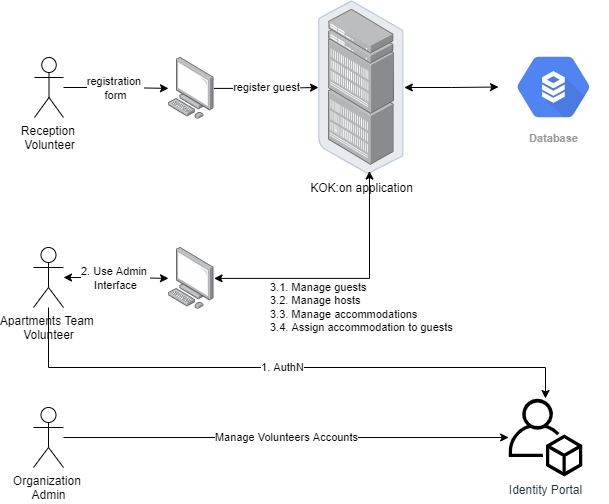
Above: koncepcja.png in KoalicjaOtwartyKrakow/KoalicjaOtwartyKrakow (draw.io), before the change. Source tidied: cells renumbered, new cells last; positions are measured from the earlier drawing's top-left corner, leaving out a move shared by most shapes. Its diagram source:
```xml
<mxGraphModel>
  <root>
    <mxCell id="0" />
    <mxCell id="1" parent="0" />
    <mxCell id="2" value="registration &lt;br&gt;form" style="edgeStyle=orthogonalEdgeStyle;rounded=0;jettySize=auto;html=1;" parent="1" edge="1" source="3" target="5">
      <mxGeometry relative="1" as="geometry" />
    </mxCell>
    <mxCell id="3" value="Reception &lt;br&gt;Volunteer" style="shape=umlActor;verticalLabelPosition=bottom;verticalAlign=top;html=1;" parent="1" vertex="1">
      <mxGeometry x="1" y="57" width="29" height="60" as="geometry" />
    </mxCell>
    <mxCell id="4" value="register guest" style="edgeStyle=orthogonalEdgeStyle;rounded=0;jettySize=auto;html=1;" parent="1" edge="1" source="5" target="7">
      <mxGeometry relative="1" as="geometry" />
    </mxCell>
    <mxCell id="5" style="points=[];html=1;align=center;shadow=0;dashed=0;image;image=img/lib/allied_telesis/computer_and_terminals/Personal_Computer.svg;" parent="1" vertex="1">
      <mxGeometry x="135" y="57" width="45.6" height="61.8" as="geometry" />
    </mxCell>
    <mxCell id="6" style="edgeStyle=orthogonalEdgeStyle;rounded=0;jettySize=auto;html=1;startArrow=classic;startFill=1;" parent="1" edge="1" source="7" target="8">
      <mxGeometry relative="1" as="geometry" />
    </mxCell>
    <mxCell id="7" value="KOK:on application" style="points=[];html=1;align=center;shadow=0;dashed=0;image;image=img/lib/allied_telesis/storage/Datacenter_Server_Rack_EoR.svg;" parent="1" vertex="1">
      <mxGeometry x="285" y="0.3" width="85.8" height="173.4" as="geometry" />
    </mxCell>
    <mxCell id="8" value="Database" style="sketch=0;html=1;fillColor=#5184F3;strokeColor=none;verticalAlign=top;labelPosition=center;verticalLabelPosition=bottom;align=center;spacingTop=-6;fontSize=11;fontStyle=1;fontColor=#999999;shape=mxgraph.gcp2.hexIcon;prIcon=cloud_sql;" parent="1" vertex="1">
      <mxGeometry x="465" y="42" width="110" height="89" as="geometry" />
    </mxCell>
    <mxCell id="9" value="2. Use Admin &lt;br&gt;Interface" style="edgeStyle=orthogonalEdgeStyle;rounded=0;jettySize=auto;html=1;startArrow=classic;startFill=1;" parent="1" edge="1" source="11" target="13">
      <mxGeometry relative="1" as="geometry" />
    </mxCell>
    <mxCell id="10" value="1. AuthN" style="edgeStyle=orthogonalEdgeStyle;rounded=0;jettySize=auto;html=1;startArrow=none;startFill=0;" parent="1" edge="1" source="11" target="14">
      <mxGeometry relative="1" as="geometry">
        <Array as="points">
          <mxPoint x="15" y="367" />
          <mxPoint x="512" y="367" />
        </Array>
      </mxGeometry>
    </mxCell>
    <mxCell id="11" value="Apartments Team &lt;br&gt;Volunteer" style="shape=umlActor;verticalLabelPosition=bottom;verticalAlign=top;html=1;" parent="1" vertex="1">
      <mxGeometry y="247" width="30" height="60" as="geometry" />
    </mxCell>
    <mxCell id="12" value="3.1. Manage guests&lt;br&gt;3.2. Manage hosts&lt;br&gt;3.3. Manage accommodations&lt;br&gt;&lt;div&gt;3.4. Assign accommodation to guests&lt;/div&gt;" style="edgeStyle=orthogonalEdgeStyle;rounded=0;jettySize=auto;html=1;entryX=0.594;entryY=0.982;entryDx=0;entryDy=0;entryPerimeter=0;align=left;startArrow=classic;startFill=1;" parent="1" edge="1" source="13" target="7">
      <mxGeometry x="-0.59" y="-29" relative="1" as="geometry" />
    </mxCell>
    <mxCell id="13" style="points=[];html=1;align=center;shadow=0;dashed=0;image;image=img/lib/allied_telesis/computer_and_terminals/Personal_Computer.svg;" parent="1" vertex="1">
      <mxGeometry x="135" y="247" width="45.6" height="61.8" as="geometry" />
    </mxCell>
    <mxCell id="14" value="Identity Portal" style="sketch=0;outlineConnect=0;fontColor=#232F3E;gradientColor=none;fillColor=#000000;strokeColor=none;dashed=0;verticalLabelPosition=bottom;verticalAlign=top;align=center;html=1;fontSize=12;fontStyle=0;shape=mxgraph.aws4.organizations_account;" parent="1" vertex="1">
      <mxGeometry x="475" y="398" width="74" height="78" as="geometry" />
    </mxCell>
    <mxCell id="15" value="Manage Volunteers Accounts" style="edgeStyle=orthogonalEdgeStyle;rounded=0;jettySize=auto;html=1;startArrow=none;startFill=0;" parent="1" edge="1" source="16" target="14">
      <mxGeometry relative="1" as="geometry" />
    </mxCell>
    <mxCell id="16" value="Organization &lt;br&gt;Admin" style="shape=umlActor;verticalLabelPosition=bottom;verticalAlign=top;html=1;fillColor=none;" parent="1" vertex="1">
      <mxGeometry y="407" width="30" height="60" as="geometry" />
    </mxCell>
  </root>
</mxGraphModel>
```
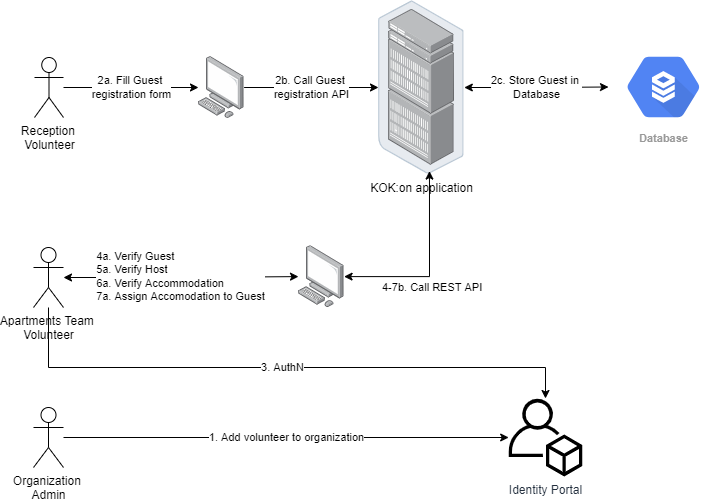
The same file after the commit.

Change to the diagram source:
```diff
@@ -2,31 +2,31 @@
   <root>
     <mxCell id="0" />
     <mxCell id="1" parent="0" />
-    <mxCell id="2" value="registration &lt;br&gt;form" style="edgeStyle=orthogonalEdgeStyle;rounded=0;jettySize=auto;html=1;" parent="1" edge="1" source="3" target="5">
+    <mxCell id="2" value="2a. Fill Guest &lt;br&gt;registration form" style="edgeStyle=orthogonalEdgeStyle;rounded=0;jettySize=auto;html=1;" parent="1" edge="1" source="3" target="5">
       <mxGeometry relative="1" as="geometry" />
     </mxCell>
     <mxCell id="3" value="Reception &lt;br&gt;Volunteer" style="shape=umlActor;verticalLabelPosition=bottom;verticalAlign=top;html=1;" parent="1" vertex="1">
       <mxGeometry x="1" y="57" width="29" height="60" as="geometry" />
     </mxCell>
-    <mxCell id="4" value="register guest" style="edgeStyle=orthogonalEdgeStyle;rounded=0;jettySize=auto;html=1;" parent="1" edge="1" source="5" target="7">
+    <mxCell id="4" value="2b. Call Guest &lt;br&gt;registration API" style="edgeStyle=orthogonalEdgeStyle;rounded=0;jettySize=auto;html=1;" parent="1" edge="1" source="5" target="7">
       <mxGeometry relative="1" as="geometry" />
     </mxCell>
     <mxCell id="5" style="points=[];html=1;align=center;shadow=0;dashed=0;image;image=img/lib/allied_telesis/computer_and_terminals/Personal_Computer.svg;" parent="1" vertex="1">
-      <mxGeometry x="135" y="57" width="45.6" height="61.8" as="geometry" />
+      <mxGeometry x="165" y="56.1" width="45.6" height="61.8" as="geometry" />
     </mxCell>
-    <mxCell id="6" style="edgeStyle=orthogonalEdgeStyle;rounded=0;jettySize=auto;html=1;startArrow=classic;startFill=1;" parent="1" edge="1" source="7" target="8">
+    <mxCell id="6" value="2c. Store Guest in &lt;br&gt;Database" style="edgeStyle=orthogonalEdgeStyle;rounded=0;jettySize=auto;html=1;startArrow=classic;startFill=1;" parent="1" edge="1" source="7" target="8">
       <mxGeometry relative="1" as="geometry" />
     </mxCell>
     <mxCell id="7" value="KOK:on application" style="points=[];html=1;align=center;shadow=0;dashed=0;image;image=img/lib/allied_telesis/storage/Datacenter_Server_Rack_EoR.svg;" parent="1" vertex="1">
-      <mxGeometry x="285" y="0.3" width="85.8" height="173.4" as="geometry" />
+      <mxGeometry x="345" y="0.3" width="85.8" height="173.4" as="geometry" />
     </mxCell>
     <mxCell id="8" value="Database" style="sketch=0;html=1;fillColor=#5184F3;strokeColor=none;verticalAlign=top;labelPosition=center;verticalLabelPosition=bottom;align=center;spacingTop=-6;fontSize=11;fontStyle=1;fontColor=#999999;shape=mxgraph.gcp2.hexIcon;prIcon=cloud_sql;" parent="1" vertex="1">
-      <mxGeometry x="465" y="42" width="110" height="89" as="geometry" />
+      <mxGeometry x="575" y="42" width="110" height="89" as="geometry" />
     </mxCell>
-    <mxCell id="9" value="2. Use Admin &lt;br&gt;Interface" style="edgeStyle=orthogonalEdgeStyle;rounded=0;jettySize=auto;html=1;startArrow=classic;startFill=1;" parent="1" edge="1" source="11" target="13">
+    <mxCell id="9" value="&lt;div style=&quot;text-align: left&quot;&gt;4a. Verify Guest&lt;/div&gt;&lt;div style=&quot;text-align: left&quot;&gt;5a. Verify Host&lt;/div&gt;&lt;div style=&quot;text-align: left&quot;&gt;6a. Verify Accommodation&lt;/div&gt;&lt;div style=&quot;text-align: left&quot;&gt;7a. Assign Accomodation to Guest&lt;/div&gt;" style="edgeStyle=orthogonalEdgeStyle;rounded=0;jettySize=auto;html=1;startArrow=classic;startFill=1;" parent="1" edge="1" source="11" target="13">
       <mxGeometry relative="1" as="geometry" />
     </mxCell>
-    <mxCell id="10" value="1. AuthN" style="edgeStyle=orthogonalEdgeStyle;rounded=0;jettySize=auto;html=1;startArrow=none;startFill=0;" parent="1" edge="1" source="11" target="14">
+    <mxCell id="10" value="3. AuthN" style="edgeStyle=orthogonalEdgeStyle;rounded=0;jettySize=auto;html=1;startArrow=none;startFill=0;" parent="1" edge="1" source="11" target="14">
       <mxGeometry relative="1" as="geometry">
         <Array as="points">
           <mxPoint x="15" y="367" />
@@ -37,16 +37,16 @@
     <mxCell id="11" value="Apartments Team &lt;br&gt;Volunteer" style="shape=umlActor;verticalLabelPosition=bottom;verticalAlign=top;html=1;" parent="1" vertex="1">
       <mxGeometry y="247" width="30" height="60" as="geometry" />
     </mxCell>
-    <mxCell id="12" value="3.1. Manage guests&lt;br&gt;3.2. Manage hosts&lt;br&gt;3.3. Manage accommodations&lt;br&gt;&lt;div&gt;3.4. Assign accommodation to guests&lt;/div&gt;" style="edgeStyle=orthogonalEdgeStyle;rounded=0;jettySize=auto;html=1;entryX=0.594;entryY=0.982;entryDx=0;entryDy=0;entryPerimeter=0;align=left;startArrow=classic;startFill=1;" parent="1" edge="1" source="13" target="7">
-      <mxGeometry x="-0.59" y="-29" relative="1" as="geometry" />
+    <mxCell id="12" value="4-7b. Call REST API" style="edgeStyle=orthogonalEdgeStyle;rounded=0;jettySize=auto;html=1;entryX=0.594;entryY=0.982;entryDx=0;entryDy=0;entryPerimeter=0;align=left;startArrow=classic;startFill=1;" parent="1" edge="1" source="13" target="7">
+      <mxGeometry x="-0.63" y="-11" relative="1" as="geometry" />
     </mxCell>
     <mxCell id="13" style="points=[];html=1;align=center;shadow=0;dashed=0;image;image=img/lib/allied_telesis/computer_and_terminals/Personal_Computer.svg;" parent="1" vertex="1">
-      <mxGeometry x="135" y="247" width="45.6" height="61.8" as="geometry" />
+      <mxGeometry x="265" y="245.2" width="45.6" height="61.8" as="geometry" />
     </mxCell>
     <mxCell id="14" value="Identity Portal" style="sketch=0;outlineConnect=0;fontColor=#232F3E;gradientColor=none;fillColor=#000000;strokeColor=none;dashed=0;verticalLabelPosition=bottom;verticalAlign=top;align=center;html=1;fontSize=12;fontStyle=0;shape=mxgraph.aws4.organizations_account;" parent="1" vertex="1">
       <mxGeometry x="475" y="398" width="74" height="78" as="geometry" />
     </mxCell>
-    <mxCell id="15" value="Manage Volunteers Accounts" style="edgeStyle=orthogonalEdgeStyle;rounded=0;jettySize=auto;html=1;startArrow=none;startFill=0;" parent="1" edge="1" source="16" target="14">
+    <mxCell id="15" value="1. Add volunteer to organization" style="edgeStyle=orthogonalEdgeStyle;rounded=0;jettySize=auto;html=1;startArrow=none;startFill=0;" parent="1" edge="1" source="16" target="14">
       <mxGeometry relative="1" as="geometry" />
     </mxCell>
     <mxCell id="16" value="Organization &lt;br&gt;Admin" style="shape=umlActor;verticalLabelPosition=bottom;verticalAlign=top;html=1;fillColor=none;" parent="1" vertex="1">
```
